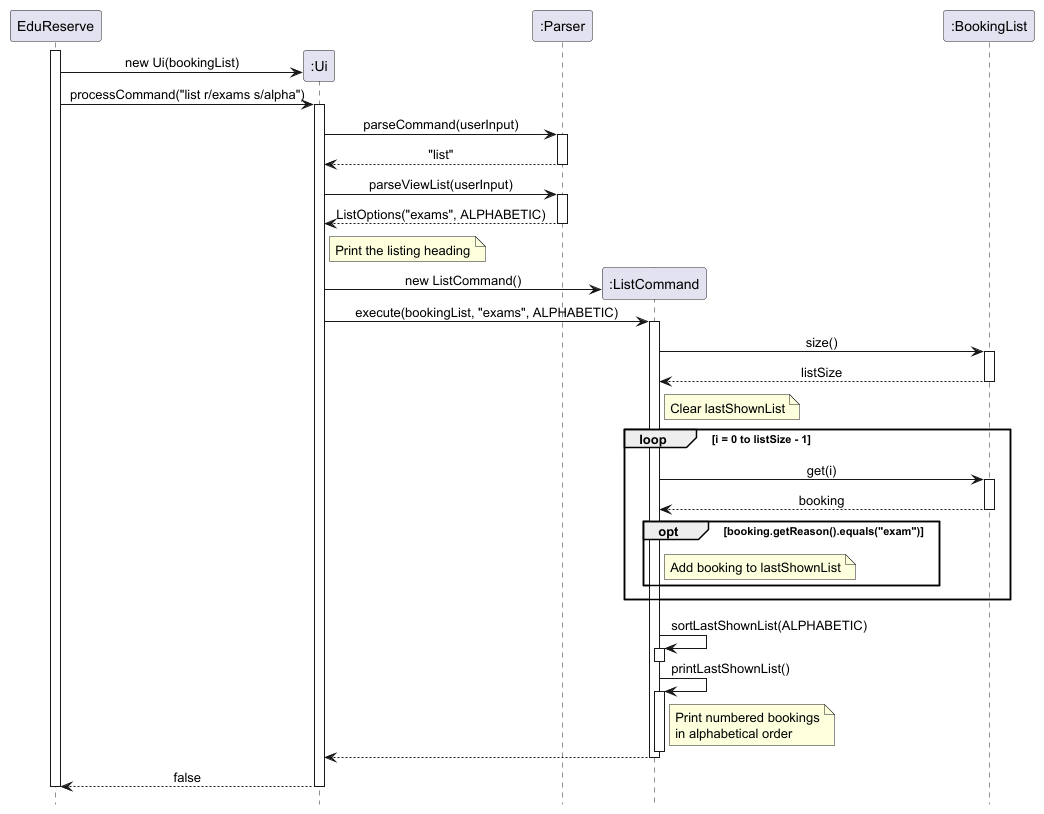
Earlier version of the PlantUML export docs/UMLDiagrams/ListCommandSequenceDiagram.png (AY2627S1-CS2113-W14-2/tp).
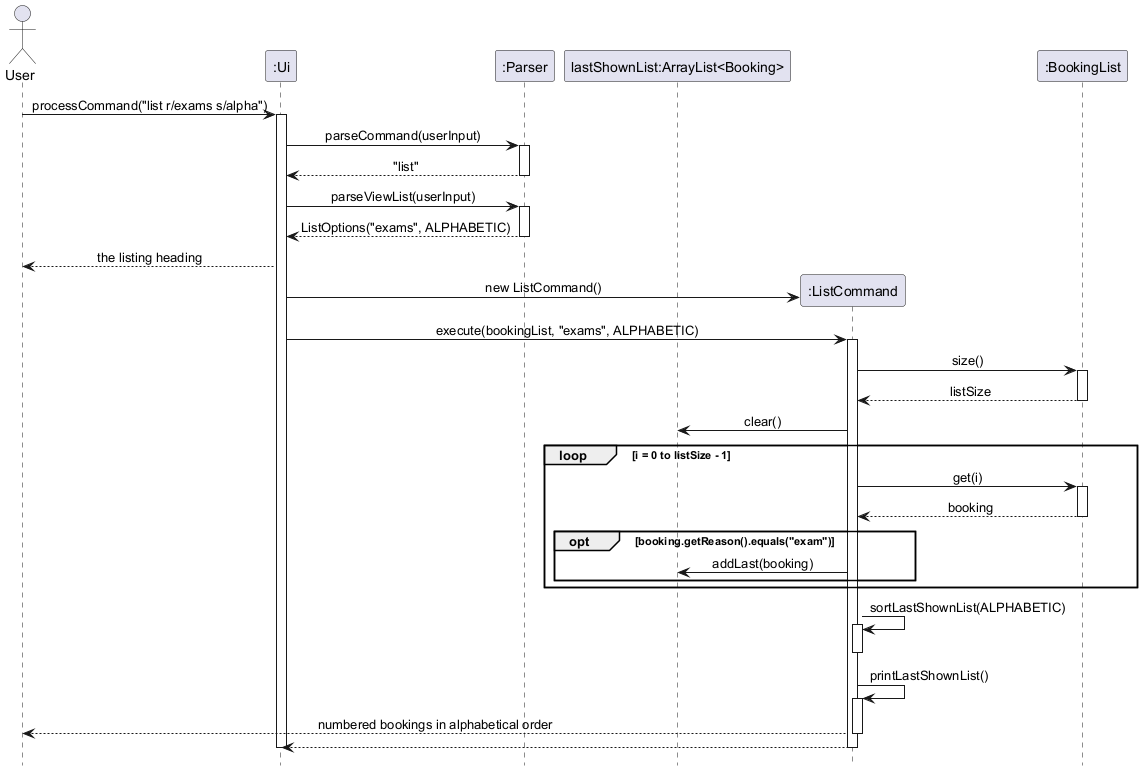
Later version of the same file.

What changed in the source:
```diff
@@ -2,16 +2,14 @@
 skinparam sequenceMessageAlign center
 hide footbox
 
-participant "EduReserve" as App
+actor User
 
-activate App
-create participant ":Ui" as UI
-App -> UI: new Ui(bookingList)
-
+participant ":Ui" as UI
 
 participant ":Parser" as Parser
+participant "lastShownList:ArrayList<Booking>" as Shown
 
-App -> UI: processCommand("list r/exams s/alpha")
+User -> UI: processCommand("list r/exams s/alpha")
 activate UI
 
 UI -> Parser: parseCommand(userInput)
@@ -24,9 +22,7 @@
 Parser --> UI: ListOptions("exams", ALPHABETIC)
 deactivate Parser
 
-note right of UI
-    Print the listing heading
-end note
+UI --> User: the listing heading
 
 create participant ":ListCommand" as List
 UI -> List: new ListCommand()
@@ -40,9 +36,7 @@
 Bookings --> List: listSize
 deactivate Bookings
 
-note right of List
-    Clear lastShownList
-end note
+List -> Shown: clear()
 
 loop i = 0 to listSize - 1
     List -> Bookings: get(i)
@@ -51,10 +45,8 @@
     deactivate Bookings
 
     opt booking.getReason().equals("exam")
-           note right of List
-               Add booking to lastShownList
-           end note
-       end
+       List -> Shown: addLast(booking)
+    end
 end
 
 List -> List: sortLastShownList(ALPHABETIC)
@@ -63,16 +55,11 @@
 
 List -> List: printLastShownList()
 activate List
-note right of List
-    Print numbered bookings
-    in alphabetical order
-end note
+List --> User: numbered bookings in alphabetical order
 deactivate List
 
 List --> UI
 deactivate List
 
-UI --> App: false
 deactivate UI
-deactivate App
 @enduml
```
